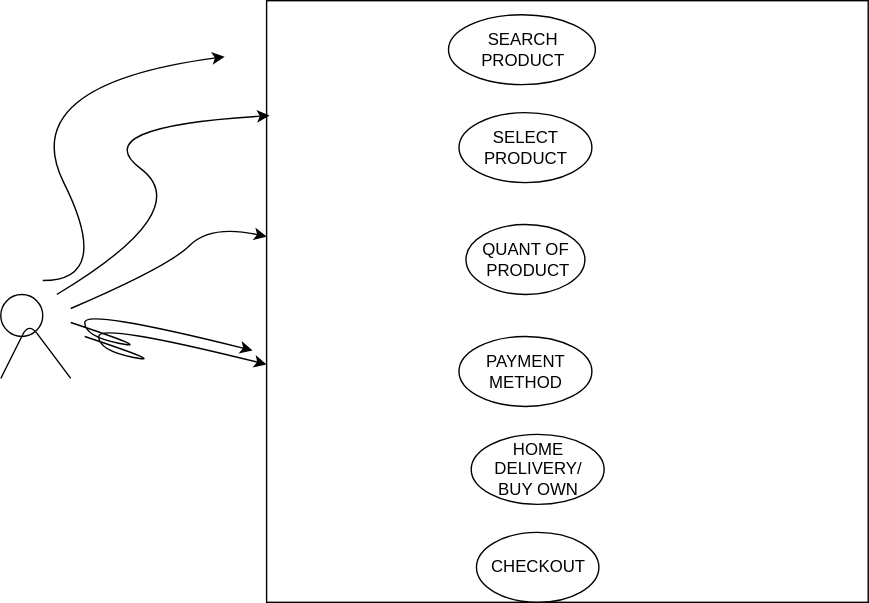
AffanButt/Web-Server-In-Js keeps this draw.io diagram as USECASE.svg. Above is the earlier version. Source tidied: cells renumbered, new cells last; positions are measured from the earlier drawing's top-left corner, leaving out a move shared by most shapes.
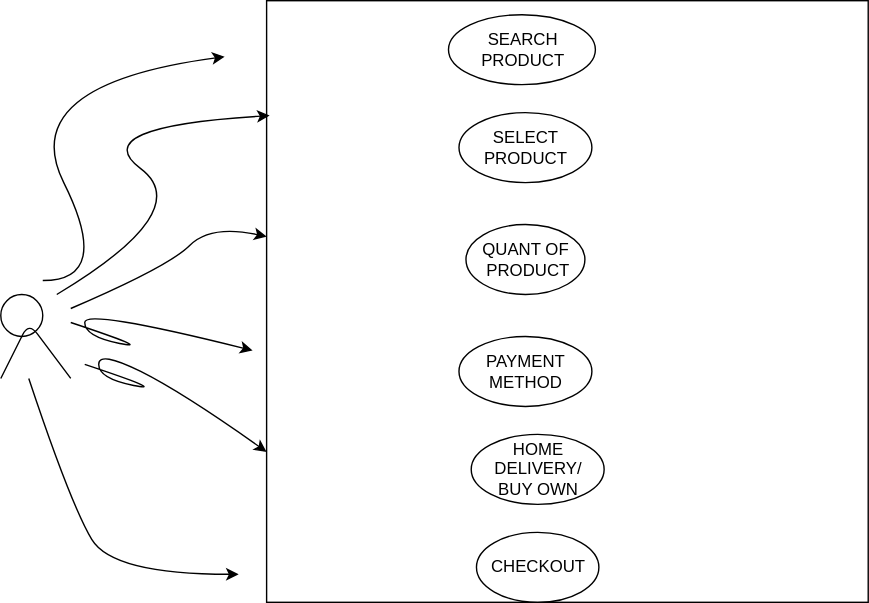
After the commit.

The edit, as a diff of the source:
```diff
@@ -74,16 +74,26 @@
         </Array>
       </mxGeometry>
     </mxCell>
-    <mxCell id="15" style="curved=1;endArrow=classic;html=1;" parent="1" edge="1">
+    <mxCell id="15" style="curved=1;endArrow=classic;html=1;entryX=0;entryY=0.75;entryDx=0;entryDy=0;" parent="1" edge="1" target="2">
       <mxGeometry relative="1" as="geometry">
-        <mxPoint x="60" y="240" as="sourcePoint" />
-        <mxPoint x="190" y="260" as="targetPoint" />
+        <mxPoint x="60" y="260" as="sourcePoint" />
         <Array as="points">
-          <mxPoint x="120" y="260" />
+          <mxPoint x="120" y="280" />
+          <mxPoint x="70" y="270" />
           <mxPoint x="70" y="250" />
-          <mxPoint x="70" y="230" />
+          <mxPoint x="130" y="280" />
         </Array>
       </mxGeometry>
     </mxCell>
+    <mxCell id="16" style="curved=1;endArrow=classic;html=1;" parent="1" edge="1">
+      <mxGeometry relative="1" as="geometry">
+        <mxPoint x="20" y="270" as="sourcePoint" />
+        <mxPoint x="170" y="410" as="targetPoint" />
+        <Array as="points">
+          <mxPoint x="50" y="360" />
+          <mxPoint x="80" y="410" />
+        </Array>
+      </mxGeometry>
+    </mxCell>
   </root>
 </mxGraphModel>
```
